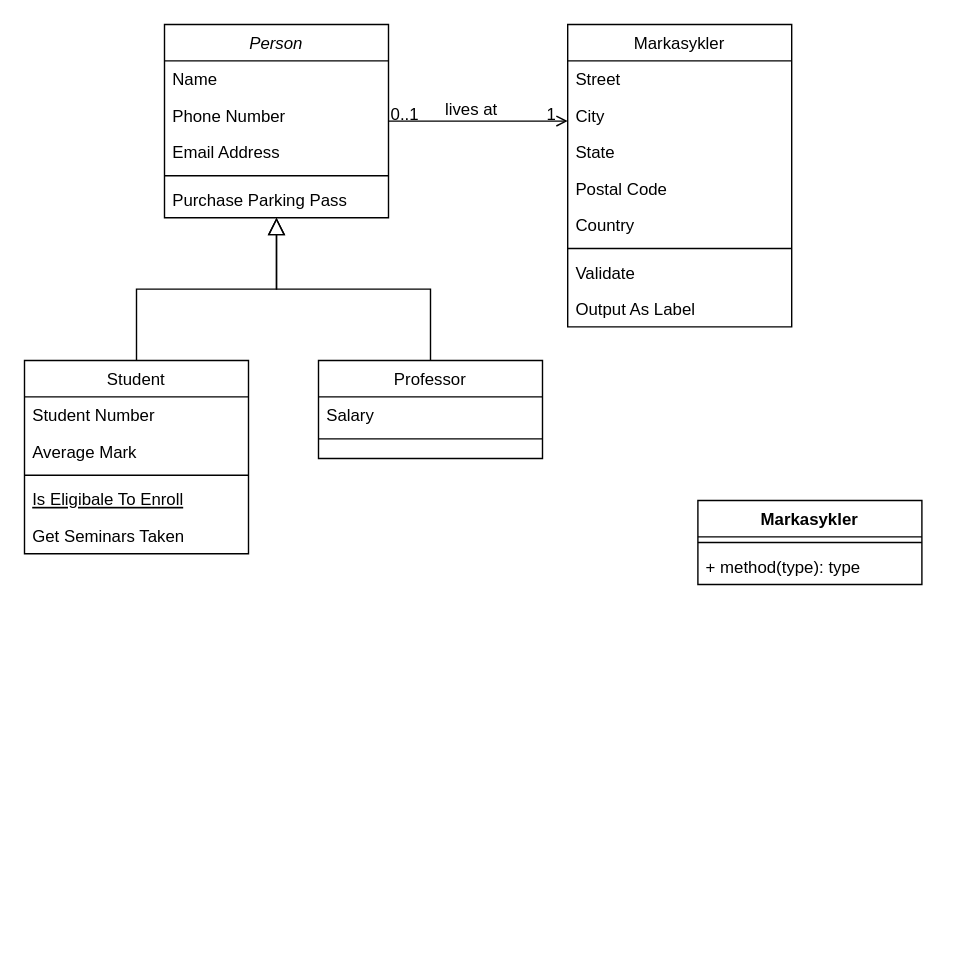
This is KlassediagramSystemutvikling.drawio from Beornus/Systemutvikling, a draw.io file, before an edit. Source tidied: cells renumbered, new cells numbered last; positions are measured from the earlier drawing's top-left corner, leaving out a move shared by most shapes. Both pictures are drawn from the tidied source at 140%, with x=0, y=0 at pixel (24, 24).
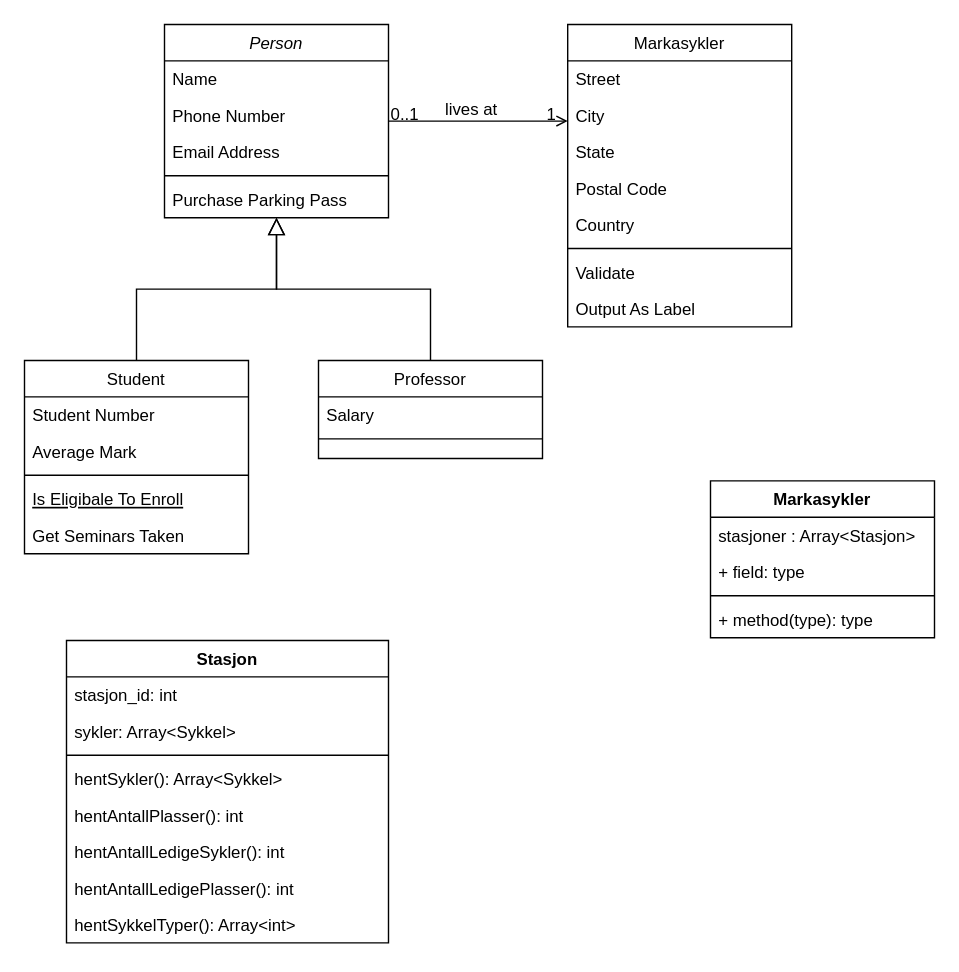
Above is the later version.

What changed in the source:
```diff
@@
     <mxCell id="32" value="Markasykler" style="swimlane;fontStyle=1;align=center;verticalAlign=top;horizontal=1;startSize=26;" parent="1" vertex="1">
-      <mxGeometry x="481" y="340" width="160" height="60" as="geometry" />
+      <mxGeometry x="490" y="326" width="160" height="112" as="geometry" />
     </mxCell>
-    <mxCell id="33" style="line;strokeWidth=1;fillColor=none;align=left;verticalAlign=middle;spacingTop=-1;spacingLeft=3;spacingRight=3;labelPosition=right;" parent="32" vertex="1">
-      <mxGeometry y="26" width="160" height="8" as="geometry" />
-    </mxCell>
+    <mxCell id="35" value="stasjoner : Array&lt;Stasjon&gt;" style="text;strokeColor=none;fillColor=none;align=left;verticalAlign=top;spacingLeft=4;spacingRight=4;overflow=hidden;" parent="32" vertex="1">
+      <mxGeometry y="26" width="160" height="26" as="geometry" />
+    </mxCell>
+    <mxCell id="36" value="+ field: type" style="text;strokeColor=none;fillColor=none;align=left;verticalAlign=top;spacingLeft=4;spacingRight=4;overflow=hidden;" parent="32" vertex="1">
+      <mxGeometry y="52" width="160" height="26" as="geometry" />
+    </mxCell>
+    <mxCell id="37" style="line;strokeWidth=1;fillColor=none;align=left;verticalAlign=middle;spacingTop=-1;spacingLeft=3;spacingRight=3;labelPosition=right;" parent="32" vertex="1">
+      <mxGeometry y="78" width="160" height="8" as="geometry" />
+    </mxCell>
     <mxCell id="34" value="+ method(type): type" style="text;strokeColor=none;fillColor=none;align=left;verticalAlign=top;spacingLeft=4;spacingRight=4;overflow=hidden;" parent="32" vertex="1">
-      <mxGeometry y="34" width="160" height="26" as="geometry" />
+      <mxGeometry y="86" width="160" height="26" as="geometry" />
     </mxCell>
+    <mxCell id="38" value="Stasjon" style="swimlane;fontStyle=1;align=center;verticalAlign=top;horizontal=1;startSize=26;" parent="1" vertex="1">
+      <mxGeometry x="30" y="440" width="230" height="216" as="geometry" />
+    </mxCell>
+    <mxCell id="39" value="stasjon_id: int" style="text;strokeColor=none;fillColor=none;align=left;verticalAlign=top;spacingLeft=4;spacingRight=4;overflow=hidden;fontStyle=0;" parent="38" vertex="1">
+      <mxGeometry y="26" width="230" height="26" as="geometry" />
+    </mxCell>
+    <mxCell id="40" value="sykler: Array&lt;Sykkel&gt;" style="text;strokeColor=none;fillColor=none;align=left;verticalAlign=top;spacingLeft=4;spacingRight=4;overflow=hidden;" parent="38" vertex="1">
+      <mxGeometry y="52" width="230" height="26" as="geometry" />
+    </mxCell>
+    <mxCell id="41" style="line;strokeWidth=1;fillColor=none;align=left;verticalAlign=middle;spacingTop=-1;spacingLeft=3;spacingRight=3;labelPosition=right;" parent="38" vertex="1">
+      <mxGeometry y="78" width="230" height="8" as="geometry" />
+    </mxCell>
+    <mxCell id="42" value="hentSykler(): Array&lt;Sykkel&gt;" style="text;strokeColor=none;fillColor=none;align=left;verticalAlign=top;spacingLeft=4;spacingRight=4;overflow=hidden;" parent="38" vertex="1">
+      <mxGeometry y="86" width="230" height="26" as="geometry" />
+    </mxCell>
+    <mxCell id="43" value="hentAntallPlasser(): int" style="text;strokeColor=none;fillColor=none;align=left;verticalAlign=top;spacingLeft=4;spacingRight=4;overflow=hidden;" parent="38" vertex="1">
+      <mxGeometry y="112" width="230" height="26" as="geometry" />
+    </mxCell>
+    <mxCell id="44" value="hentAntallLedigeSykler(): int" style="text;strokeColor=none;fillColor=none;align=left;verticalAlign=top;spacingLeft=4;spacingRight=4;overflow=hidden;" parent="38" vertex="1">
+      <mxGeometry y="138" width="230" height="26" as="geometry" />
+    </mxCell>
+    <mxCell id="45" value="hentAntallLedigePlasser(): int" style="text;strokeColor=none;fillColor=none;align=left;verticalAlign=top;spacingLeft=4;spacingRight=4;overflow=hidden;" parent="38" vertex="1">
+      <mxGeometry y="164" width="230" height="26" as="geometry" />
+    </mxCell>
+    <mxCell id="46" value="hentSykkelTyper(): Array&lt;int&gt;" style="text;strokeColor=none;fillColor=none;align=left;verticalAlign=top;spacingLeft=4;spacingRight=4;overflow=hidden;" parent="38" vertex="1">
+      <mxGeometry y="190" width="230" height="26" as="geometry" />
+    </mxCell>
```
